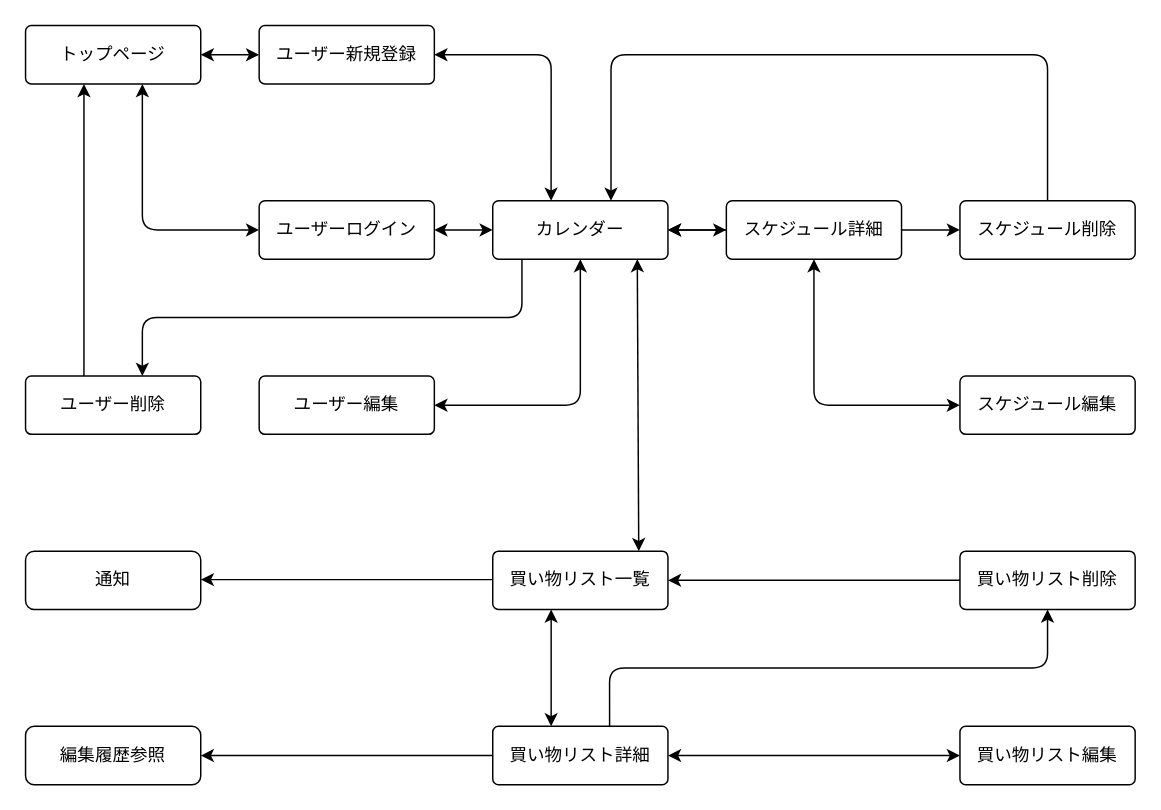
Above: 画面遷移図.dio in wassyprince/shopping_days (draw.io), before the change. Source tidied: cells renumbered, new cells numbered last; positions are measured from the earlier drawing's top-left corner, leaving out a move shared by most shapes. Both pictures are drawn from the tidied source at 146%, with x=0, y=0 at pixel (25, 25).
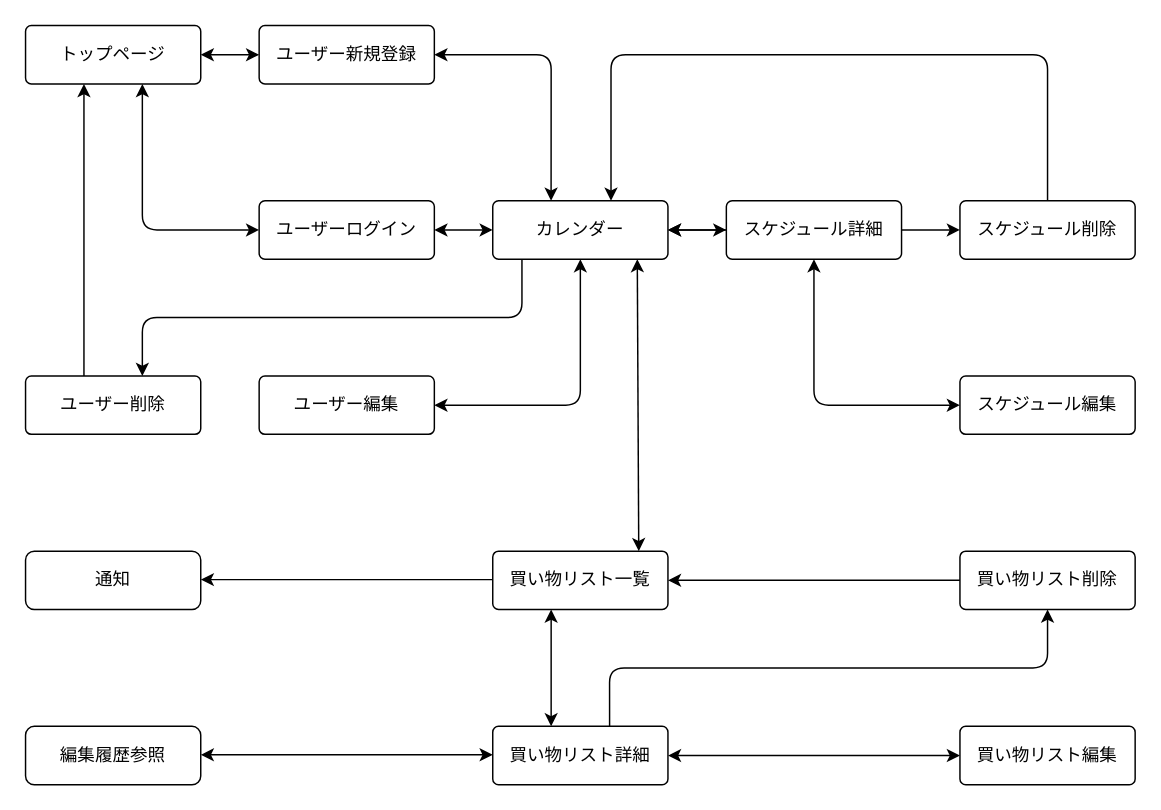
The same page after the edit.

The change refers to these unchanged cells:
```xml
<mxCell id="13" value="編集履歴参照" style="rounded=1;whiteSpace=wrap;html=1;" parent="1" vertex="1">
  <mxGeometry y="480" width="120" height="40" as="geometry" />
</mxCell>
<mxCell id="35" value="買い物リスト詳細" style="rounded=1;arcSize=10;whiteSpace=wrap;html=1;align=center;" parent="1" vertex="1">
  <mxGeometry x="320" y="480" width="120" height="40" as="geometry" />
</mxCell>
```

The edit, as a diff of the source:
```diff
@@
-    <mxCell id="33" style="endArrow=classic;html=1;entryX=1;entryY=0.5;entryDx=0;entryDy=0;exitX=0;exitY=0.5;exitDx=0;exitDy=0;" parent="1" edge="1" source="35" target="13">
-      <mxGeometry relative="1" as="geometry" />
-    </mxCell>
@@
+    <mxCell id="37" style="endArrow=classic;startArrow=classic;html=1;exitX=0;exitY=0.5;exitDx=0;exitDy=0;entryX=1;entryY=0.5;entryDx=0;entryDy=0;" parent="1" edge="1">
+      <mxGeometry relative="1" as="geometry">
+        <mxPoint x="320" y="499.5" as="sourcePoint" />
+        <mxPoint x="120" y="499.5" as="targetPoint" />
+      </mxGeometry>
+    </mxCell>
```
